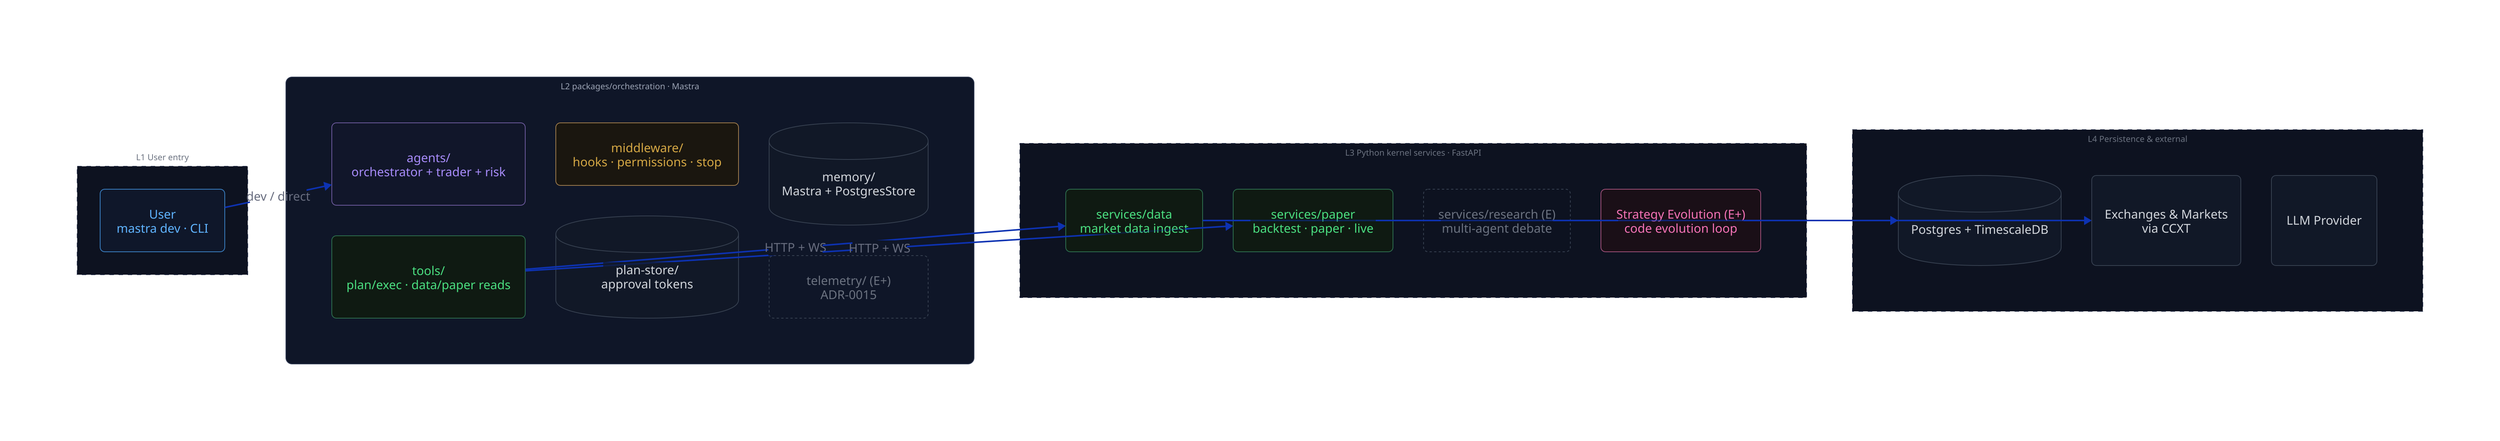
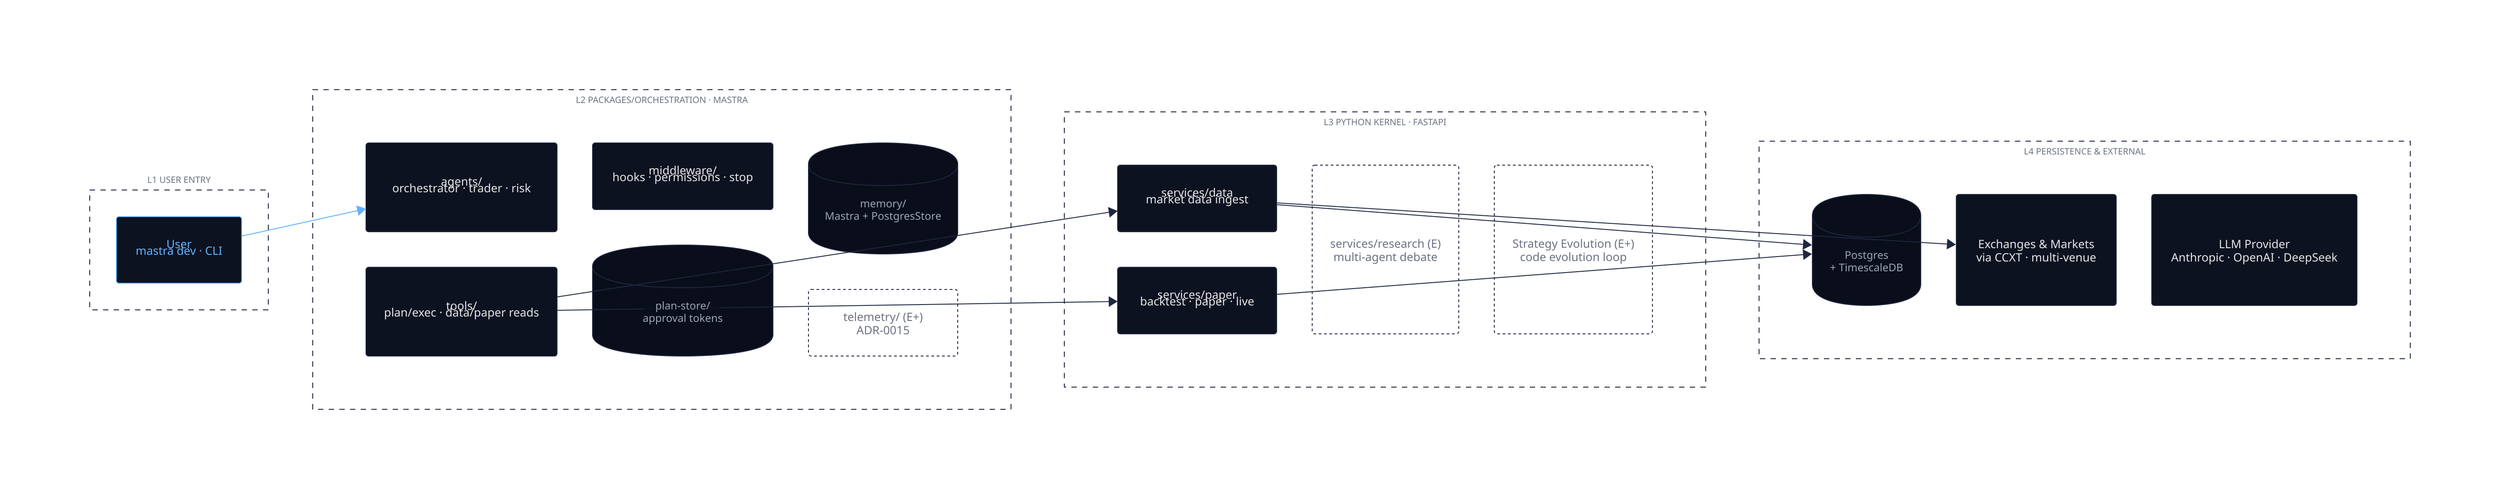
# Inalpha · System Architecture
- # Style: dark terminal, hairline borders, DESIGN.md color tokens
+ # Aesthetic: engineering schematic · terminal · broadsheet
+ # No colored boxes. Hairline rules. Mono + cyan accent.
#
# Regenerate:
- #   d2 --theme=0 --pad=28 assets/agent-runtime.d2 assets/agent-runtime.svg
+ #   d2 --theme=0 --pad=32 assets/agent-runtime.d2 assets/agent-runtime.svg

direction: down

+ vars: {
+   d2-config: {
+     layout-engine: elk
+     theme-id: 0
+   }
+ }
+ 
classes: {
-   user: {
+   node: {
    style: {
-       stroke: "#3a7fc2"; stroke-width: 1
-       fill: "#0f172a"; font-color: "#5fb3ff"
-       border-radius: 6
+       stroke: "#1f2740"; stroke-width: 1
+       fill: "#0d1220"; font-color: "#e5e5e7"
+       border-radius: 3; font-size: 13
    }
  }
-   agent: {
+   node-accent: {
    style: {
-       stroke: "#6d5a9e"; stroke-width: 1
-       fill: "#11162a"; font-color: "#a78bfa"
-       border-radius: 6
+       stroke: "#5fb3ff"; stroke-width: 1
+       fill: "#0d1220"; font-color: "#5fb3ff"
+       border-radius: 3; font-size: 13
    }
  }
-   tool: {
+   node-muted: {
    style: {
-       stroke: "#2d6e4e"; stroke-width: 1
-       fill: "#0f1a12"; font-color: "#4ade80"
-       border-radius: 6
+       stroke: "#1f2740"; stroke-width: 1; stroke-dash: 3
+       fill: "transparent"; font-color: "#6b7280"
+       border-radius: 3; font-size: 13
    }
  }
-   mid: {
+   cyl: {
    style: {
-       stroke: "#9e7b4b"; stroke-width: 1
-       fill: "#1a160f"; font-color: "#d4a744"
-       border-radius: 6
-     }
-   }
-   store: {
-     style: {
-       stroke: "#374151"; stroke-width: 1
-       fill: "#111827"; font-color: "#d1d5db"
-       border-radius: 4
-     }
-   }
-   svc-done: {
-     style: {
-       stroke: "#2d6e4e"; stroke-width: 1
-       fill: "#0f1a12"; font-color: "#4ade80"
-       border-radius: 6
-     }
-   }
-   svc-todo: {
-     style: {
-       stroke: "#374151"; stroke-width: 1; stroke-dash: 3
-       fill: "transparent"; font-color: "#6b7280"
-       border-radius: 6
-     }
-   }
-   evo: {
-     style: {
-       stroke: "#9e4f78"; stroke-width: 1
-       fill: "#1a0f17"; font-color: "#f472b6"
-       border-radius: 6
-     }
-   }
-   ext: {
-     style: {
-       stroke: "#374151"; stroke-width: 1
-       fill: "#111827"; font-color: "#d1d5db"
-       border-radius: 6
+       stroke: "#1f2740"; stroke-width: 1
+       fill: "#0a0e1a"; font-color: "#9ba3b4"
+       font-size: 12
    }
  }
  layer: {
    style: {
      stroke: "#1f2740"; stroke-width: 1; stroke-dash: 6
-       fill: "#0d1220"; font-color: "#6b7280"; font-size: 11
+       fill: "transparent"; font-color: "#6b7280"
+       font-size: 10
    }
  }
-   layer-orch: {
+   edge: {
    style: {
-       stroke: "#2d3750"; stroke-width: 1
-       fill: "#0f1628"; font-color: "#9ba3b4"
-       border-radius: 8; font-size: 11
+       stroke: "#1f2740"; stroke-width: 1
+       font-color: "#4b5563"; font-size: 10
+       animated: false
+     }
+   }
+   edge-cyan: {
+     style: {
+       stroke: "#5fb3ff"; stroke-width: 1; stroke-dash: 3
+       font-color: "#6b7280"; font-size: 10
+       animated: false
    }
  }
}

- L1: "L1  User entry" {
+ # ── L1 ──
+ L1: "L1  USER ENTRY" {
  class: layer
-   user: "User\nmastra dev · CLI" { class: user }
+   user: "User\nmastra dev · CLI\n\n" { class: node-accent }
}

- L2: "L2  packages/orchestration  ·  Mastra" {
-   class: layer-orch
-   grid-columns: 3
- 
-   agents: "agents/\norchestrator + trader + risk" { class: agent }
-   tools:  "tools/\nplan/exec · data/paper reads" { class: tool }
-   mid:    "middleware/\nhooks · permissions · stop" { class: mid }
-   plans:  "plan-store/\napproval tokens" { class: store; shape: cylinder }
-   mem:    "memory/\nMastra + PostgresStore" { class: store; shape: cylinder }
-   evt:    "telemetry/ (E+)\nADR-0015" { class: svc-todo }
- }
- 
- L3: "L3  Python kernel services  ·  FastAPI" {
-   class: layer
-   grid-columns: 4
- 
-   data:     "services/data\nmarket data ingest" { class: svc-done }
-   paper:    "services/paper\nbacktest · paper · live" { class: svc-done }
-   research: "services/research (E)\nmulti-agent debate" { class: svc-todo }
-   evo:      "Strategy Evolution (E+)\ncode evolution loop" { class: evo }
- }
- 
- L4: "L4  Persistence & external" {
+ # ── L2 ──
+ L2: "L2  PACKAGES/ORCHESTRATION  ·  MASTRA" {
  class: layer
  grid-columns: 3

-   db:      "Postgres + TimescaleDB" { class: store; shape: cylinder }
-   markets: "Exchanges & Markets\nvia CCXT" { class: ext }
-   llm:     "LLM Provider" { class: ext }
+   agents: "agents/\norchestrator · trader · risk\n\n" { class: node }
+   tools:  "tools/\nplan/exec · data/paper reads\n\n" { class: node }
+   mid:    "middleware/\nhooks · permissions · stop\n\n" { class: node }
+   plans:  "plan-store/\napproval tokens" { class: cyl; shape: cylinder }
+   mem:    "memory/\nMastra + PostgresStore" { class: cyl; shape: cylinder }
+   evt:    "telemetry/ (E+)\nADR-0015" { class: node-muted }
}

- L1.user  -> L2.agents: "dev / direct"
- L2.tools -> L3.data:   "HTTP + WS"
- L2.tools -> L3.paper:  "HTTP + WS"
- L3.data  -> L4.db
- L3.paper -> L4.db
- L3.data  -> L4.markets
+ # ── L3 ──
+ L3: "L3  PYTHON KERNEL  ·  FASTAPI" {
+   class: layer
+   grid-columns: 3
+ 
+   data:     "services/data\nmarket data ingest\n\n" { class: node }
+   paper:    "services/paper\nbacktest · paper · live\n\n" { class: node }
+   research: "services/research (E)\nmulti-agent debate" { class: node-muted }
+   evo:      "Strategy Evolution (E+)\ncode evolution loop" { class: node-muted }
+ }
+ 
+ # ── L4 ──
+ L4: "L4  PERSISTENCE & EXTERNAL" {
+   class: layer
+   grid-columns: 3
+ 
+   db:      "Postgres\n+ TimescaleDB" { class: cyl; shape: cylinder }
+   markets: "Exchanges & Markets\nvia CCXT · multi-venue" { class: node }
+   llm:     "LLM Provider\nAnthropic · OpenAI · DeepSeek" { class: node }
+ }
+ 
+ # ── Connections ──
+ L1.user  -> L2.agents { style: { stroke: "#5fb3ff"; stroke-width: 1; font-color: "#6b7280"; font-size: 10 } }
+ L2.tools -> L3.data   { style: { stroke: "#1f2740"; stroke-width: 1 } }
+ L2.tools -> L3.paper  { style: { stroke: "#1f2740"; stroke-width: 1 } }
+ L3.data  -> L4.db     { style: { stroke: "#1f2740"; stroke-width: 1 } }
+ L3.paper -> L4.db     { style: { stroke: "#1f2740"; stroke-width: 1 } }
+ L3.data  -> L4.markets{ style: { stroke: "#1f2740"; stroke-width: 1 } }
